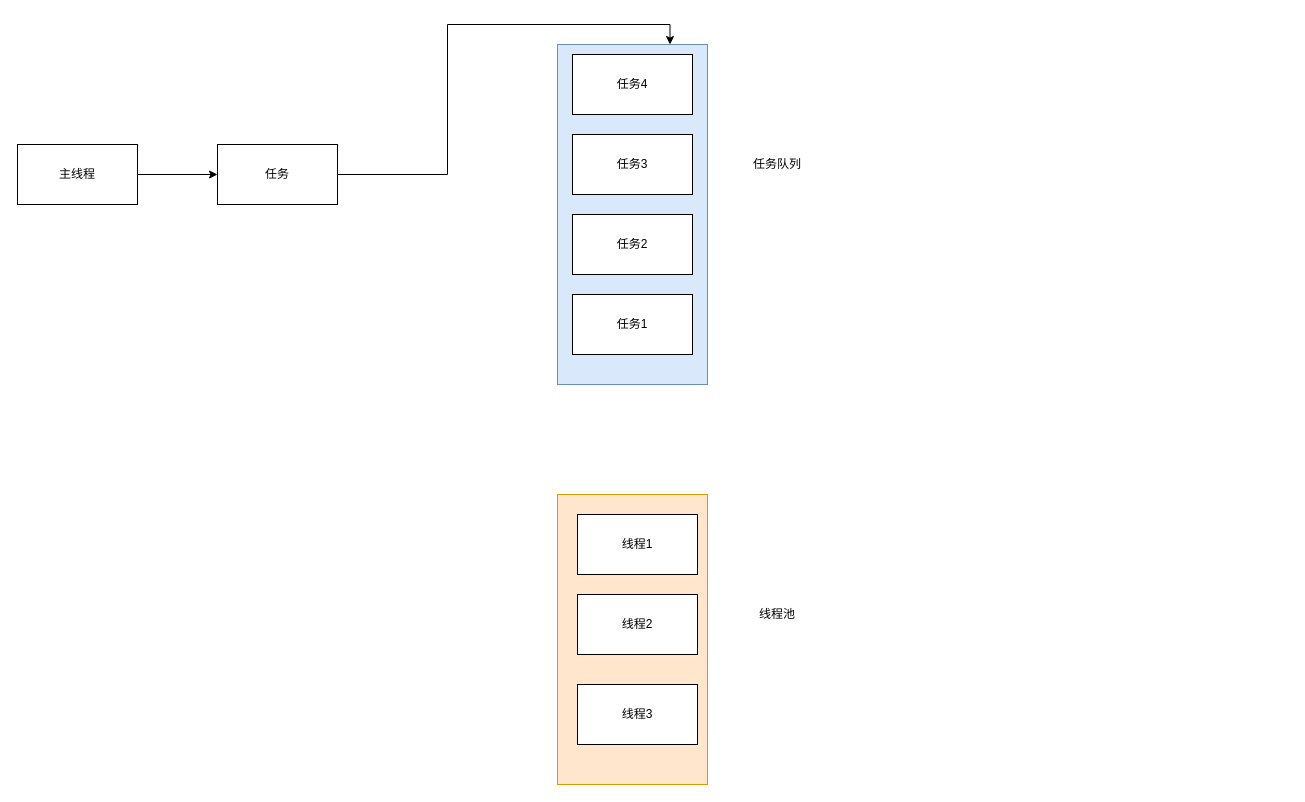
Above: 线程池.drawio in chuzhonglingyan/draw-io (draw.io), before the change. Source tidied: cells renumbered, new cells numbered last; positions are measured from the earlier drawing's top-left corner, leaving out a move shared by most shapes. Both pictures are drawn from the tidied source at 100%, with x=0, y=0 at pixel (17, 44).
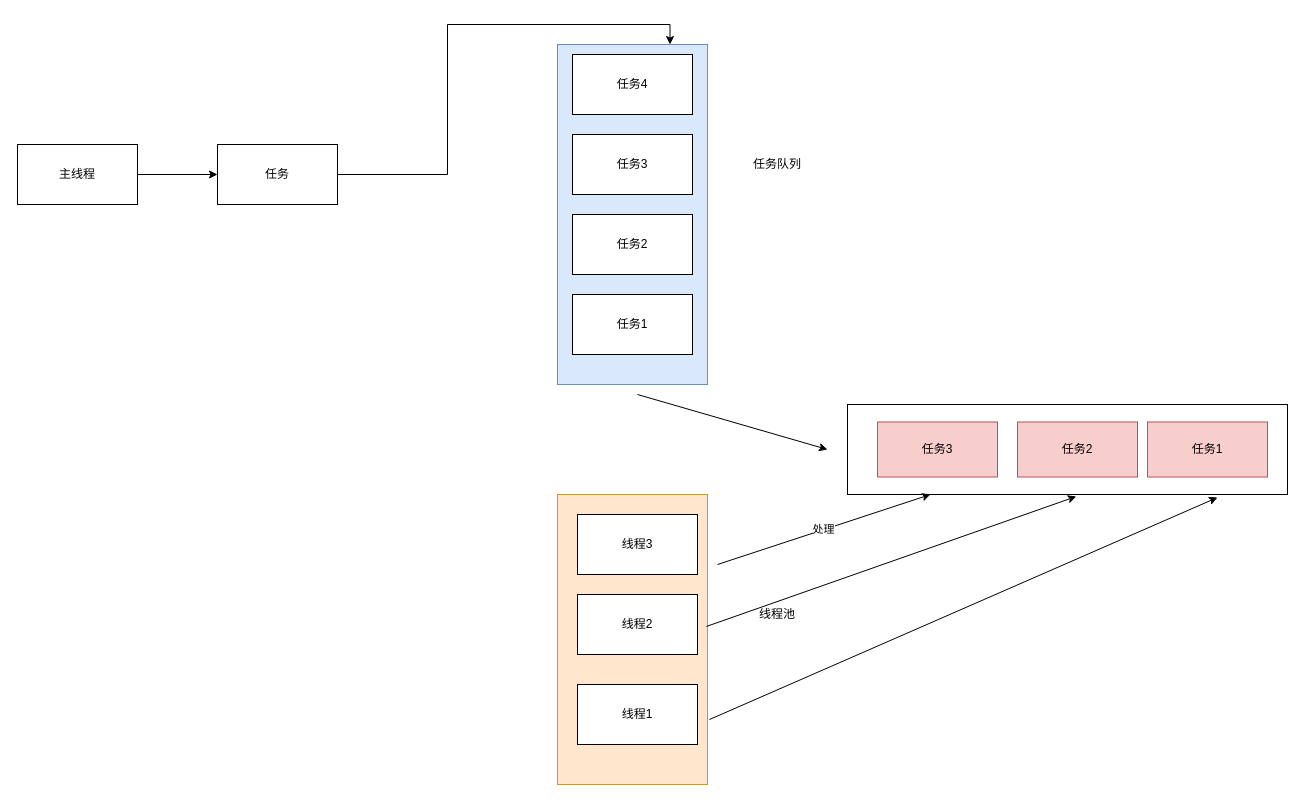
After the change.

Commit message (it also covers changes not shown here):
更新线程池.drawio

The change refers to these unchanged cells:
```xml
<mxCell id="10" style="rounded=0;whiteSpace=wrap;html=1;fillColor=#ffe6cc;strokeColor=#d79b00;" parent="1" vertex="1">
  <mxGeometry x="540" y="450" width="150" height="290" as="geometry" />
</mxCell>
```

The edit, as a diff of the source:
```diff
@@
-    <mxCell id="12" value="线程1" style="rounded=0;whiteSpace=wrap;html=1;" parent="1" vertex="1">
+    <mxCell id="12" value="线程3" style="rounded=0;whiteSpace=wrap;html=1;" parent="1" vertex="1">
       <mxGeometry x="560" y="470" width="120" height="60" as="geometry" />
     </mxCell>
@@
-    <mxCell id="14" value="线程3" style="rounded=0;whiteSpace=wrap;html=1;" parent="1" vertex="1">
+    <mxCell id="14" value="线程1" style="rounded=0;whiteSpace=wrap;html=1;" parent="1" vertex="1">
       <mxGeometry x="560" y="640" width="120" height="60" as="geometry" />
     </mxCell>
@@
+    <mxCell id="17" style="rounded=0;whiteSpace=wrap;html=1;" parent="1" vertex="1">
+      <mxGeometry x="830" y="360" width="440" height="90" as="geometry" />
+    </mxCell>
+    <mxCell id="18" value="任务1" style="rounded=0;whiteSpace=wrap;html=1;fillColor=#f8cecc;strokeColor=#b85450;" parent="1" vertex="1">
+      <mxGeometry x="1130" y="377.5" width="120" height="55" as="geometry" />
+    </mxCell>
+    <mxCell id="19" value="任务2" style="rounded=0;whiteSpace=wrap;html=1;fillColor=#f8cecc;strokeColor=#b85450;" parent="1" vertex="1">
+      <mxGeometry x="1000" y="377.5" width="120" height="55" as="geometry" />
+    </mxCell>
+    <mxCell id="20" value="任务3" style="rounded=0;whiteSpace=wrap;html=1;fillColor=#f8cecc;strokeColor=#b85450;" parent="1" vertex="1">
+      <mxGeometry x="860" y="377.5" width="120" height="55" as="geometry" />
+    </mxCell>
+    <mxCell id="21" value="处理" style="endArrow=classic;html=1;" parent="1" edge="1" target="17">
+      <mxGeometry relative="1" as="geometry">
+        <mxPoint x="700" y="520" as="sourcePoint" />
+      </mxGeometry>
+    </mxCell>
+    <mxCell id="22" style="endArrow=classic;html=1;entryX=0.52;entryY=1.022;entryDx=0;entryDy=0;entryPerimeter=0;exitX=0.993;exitY=0.455;exitDx=0;exitDy=0;exitPerimeter=0;" parent="1" edge="1" source="10" target="17">
+      <mxGeometry relative="1" as="geometry" />
+    </mxCell>
+    <mxCell id="23" style="endArrow=classic;html=1;exitX=1.013;exitY=0.776;exitDx=0;exitDy=0;exitPerimeter=0;entryX=0.841;entryY=1.033;entryDx=0;entryDy=0;entryPerimeter=0;" parent="1" edge="1" source="10" target="17">
+      <mxGeometry relative="1" as="geometry" />
+    </mxCell>
+    <mxCell id="24" style="endArrow=classic;html=1;" parent="1" edge="1">
+      <mxGeometry relative="1" as="geometry">
+        <mxPoint x="620" y="350" as="sourcePoint" />
+        <mxPoint x="810" y="405" as="targetPoint" />
+      </mxGeometry>
+    </mxCell>
```
